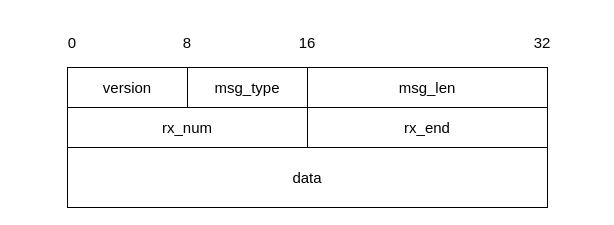
Above: 通信报文格式.drawio in PATORITU/PATORITU (draw.io), before the change. Source tidied: cells renumbered, new cells numbered last; positions are measured from the earlier drawing's top-left corner, leaving out a move shared by most shapes. Both pictures are drawn from the tidied source at 100%, with x=0, y=0 at pixel (17, 17).
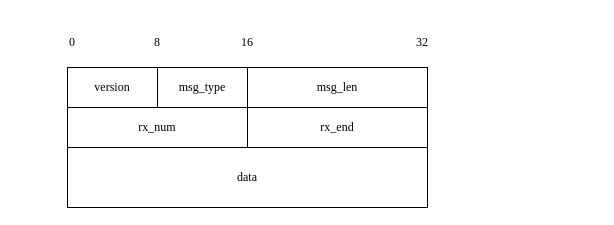
After the change.

Commit message:
更新通信报文格式.drawio

The edit, as a diff of the source:
```diff
@@
 <mxGraphModel>
   <root>
     <mxCell id="0" />
     <mxCell id="1" parent="0" />
-    <mxCell id="2" value="&lt;span style=&quot;font-size: 15px;&quot;&gt;32&lt;/span&gt;" style="rounded=0;whiteSpace=wrap;html=1;strokeColor=none;" parent="1" vertex="1">
-      <mxGeometry x="470" width="110" height="50" as="geometry" />
+    <mxCell id="2" value="&lt;font style=&quot;font-size: 12px;&quot;&gt;32&lt;/font&gt;" style="rounded=0;whiteSpace=wrap;html=1;strokeColor=none;fontFamily=Times New Roman;" parent="1" vertex="1">
+      <mxGeometry x="350" width="110" height="50" as="geometry" />
     </mxCell>
-    <mxCell id="3" value="&lt;span style=&quot;font-size: 15px;&quot;&gt;16&lt;/span&gt;" style="rounded=0;whiteSpace=wrap;html=1;strokeColor=none;" parent="1" vertex="1">
-      <mxGeometry x="235" width="110" height="50" as="geometry" />
+    <mxCell id="3" value="&lt;font style=&quot;font-size: 12px;&quot;&gt;16&lt;/font&gt;" style="rounded=0;whiteSpace=wrap;html=1;strokeColor=none;fontFamily=Times New Roman;" parent="1" vertex="1">
+      <mxGeometry x="175" width="110" height="50" as="geometry" />
     </mxCell>
-    <mxCell id="4" value="&lt;span style=&quot;font-size: 15px;&quot;&gt;8&lt;/span&gt;" style="rounded=0;whiteSpace=wrap;html=1;strokeColor=none;" parent="1" vertex="1">
-      <mxGeometry x="115" width="110" height="50" as="geometry" />
+    <mxCell id="4" value="&lt;font style=&quot;font-size: 12px;&quot;&gt;8&lt;/font&gt;" style="rounded=0;whiteSpace=wrap;html=1;strokeColor=none;fontFamily=Times New Roman;" parent="1" vertex="1">
+      <mxGeometry x="85" width="110" height="50" as="geometry" />
     </mxCell>
-    <mxCell id="5" value="&lt;font style=&quot;font-size: 15px;&quot;&gt;0&lt;/font&gt;" style="rounded=0;whiteSpace=wrap;html=1;strokeColor=none;" parent="1" vertex="1">
+    <mxCell id="5" value="&lt;font style=&quot;font-size: 12px;&quot;&gt;0&lt;/font&gt;" style="rounded=0;whiteSpace=wrap;html=1;strokeColor=none;fontFamily=Times New Roman;" parent="1" vertex="1">
       <mxGeometry width="110" height="50" as="geometry" />
     </mxCell>
-    <mxCell id="6" value="&lt;font style=&quot;font-size: 15px;&quot;&gt;version&lt;/font&gt;" style="rounded=0;whiteSpace=wrap;html=1;" parent="1" vertex="1">
-      <mxGeometry x="50" y="50" width="120" height="40" as="geometry" />
+    <mxCell id="6" value="&lt;font style=&quot;font-size: 12px;&quot;&gt;version&lt;/font&gt;" style="rounded=0;whiteSpace=wrap;html=1;fontFamily=Times New Roman;" parent="1" vertex="1">
+      <mxGeometry x="50" y="50" width="90" height="40" as="geometry" />
     </mxCell>
-    <mxCell id="7" value="&lt;font style=&quot;font-size: 15px;&quot;&gt;msg_type&lt;/font&gt;" style="rounded=0;whiteSpace=wrap;html=1;" parent="1" vertex="1">
-      <mxGeometry x="170" y="50" width="120" height="40" as="geometry" />
+    <mxCell id="7" value="&lt;font style=&quot;font-size: 12px;&quot;&gt;msg_type&lt;/font&gt;" style="rounded=0;whiteSpace=wrap;html=1;fontFamily=Times New Roman;" parent="1" vertex="1">
+      <mxGeometry x="140" y="50" width="90" height="40" as="geometry" />
     </mxCell>
-    <mxCell id="8" value="&lt;font style=&quot;font-size: 15px;&quot;&gt;msg_len&lt;/font&gt;" style="rounded=0;whiteSpace=wrap;html=1;" parent="1" vertex="1">
-      <mxGeometry x="290" y="50" width="240" height="40" as="geometry" />
+    <mxCell id="8" value="&lt;font style=&quot;font-size: 12px;&quot;&gt;msg_len&lt;/font&gt;" style="rounded=0;whiteSpace=wrap;html=1;fontFamily=Times New Roman;" parent="1" vertex="1">
+      <mxGeometry x="230" y="50" width="180" height="40" as="geometry" />
     </mxCell>
-    <mxCell id="9" value="&lt;font style=&quot;font-size: 15px;&quot;&gt;rx_num&lt;/font&gt;" style="rounded=0;whiteSpace=wrap;html=1;" parent="1" vertex="1">
-      <mxGeometry x="50" y="90" width="240" height="40" as="geometry" />
+    <mxCell id="9" value="&lt;font style=&quot;font-size: 12px;&quot;&gt;rx_num&lt;/font&gt;" style="rounded=0;whiteSpace=wrap;html=1;fontFamily=Times New Roman;" parent="1" vertex="1">
+      <mxGeometry x="50" y="90" width="180" height="40" as="geometry" />
     </mxCell>
-    <mxCell id="10" value="&lt;font style=&quot;font-size: 15px;&quot;&gt;rx_end&lt;/font&gt;" style="rounded=0;whiteSpace=wrap;html=1;" parent="1" vertex="1">
-      <mxGeometry x="290" y="90" width="240" height="40" as="geometry" />
+    <mxCell id="10" value="&lt;font style=&quot;font-size: 12px;&quot;&gt;rx_end&lt;/font&gt;" style="rounded=0;whiteSpace=wrap;html=1;fontFamily=Times New Roman;" parent="1" vertex="1">
+      <mxGeometry x="230" y="90" width="180" height="40" as="geometry" />
     </mxCell>
-    <mxCell id="11" value="&lt;font style=&quot;font-size: 15px;&quot;&gt;data&lt;/font&gt;" style="rounded=0;whiteSpace=wrap;html=1;" parent="1" vertex="1">
-      <mxGeometry x="50" y="130" width="480" height="60" as="geometry" />
+    <mxCell id="11" value="&lt;font style=&quot;font-size: 12px;&quot;&gt;data&lt;/font&gt;" style="rounded=0;whiteSpace=wrap;html=1;fontFamily=Times New Roman;" parent="1" vertex="1">
+      <mxGeometry x="50" y="130" width="360" height="60" as="geometry" />
     </mxCell>
   </root>
 </mxGraphModel>
```
